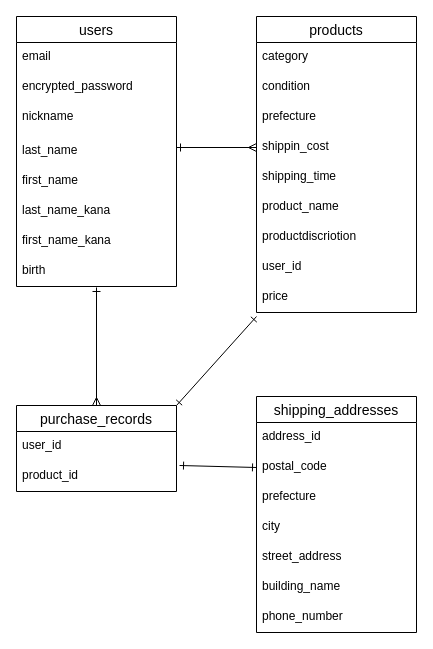
u-maki/furima-41584 keeps this draw.io diagram as furima.dio. Above is the earlier version. Source tidied: cells renumbered, new cells numbered last; positions are measured from the earlier drawing's top-left corner, leaving out a move shared by most shapes. Both pictures are drawn from the tidied source at 100%, with x=0, y=0 at pixel (16, 16).
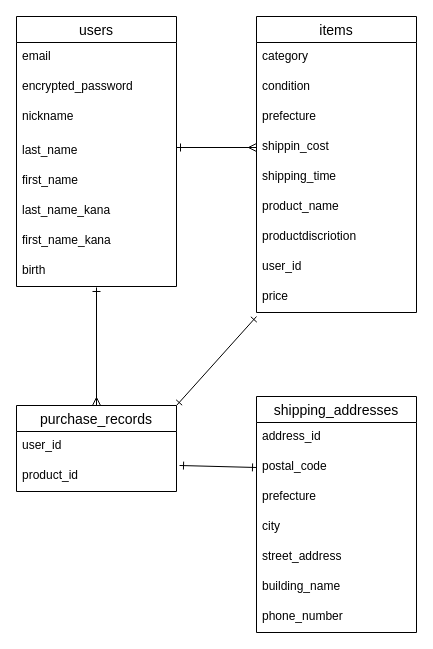
The same page after the edit.

The edit, as a diff of the source:
```diff
@@
-    <mxCell id="11" value="products" style="swimlane;fontStyle=0;horizontal=1;startSize=26;align=center;fontSize=14;" parent="1" vertex="1">
+    <mxCell id="11" value="items" style="swimlane;fontStyle=0;horizontal=1;startSize=26;align=center;fontSize=14;" parent="1" vertex="1">
       <mxGeometry x="240" width="160" height="296" as="geometry" />
     </mxCell>
```
